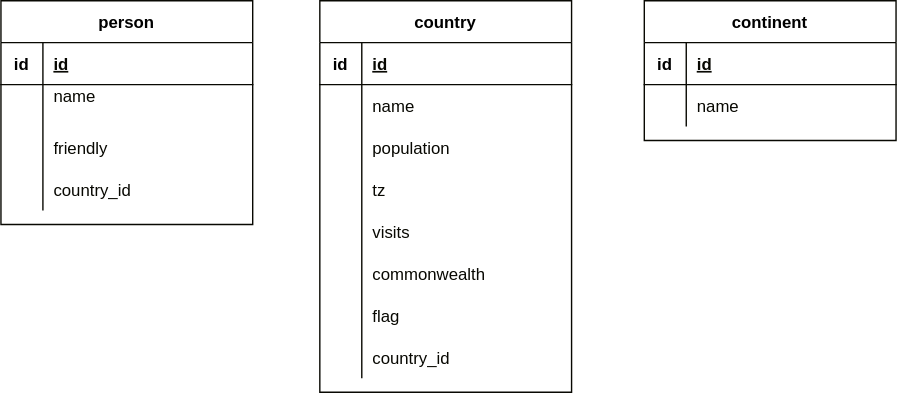
of3jlmssoo/small-app-django-bootstrap-django-tables2- keeps this draw.io diagram as table2.drawio.svg. Above is the earlier version. Source tidied: cells renumbered, new cells last; positions are measured from the earlier drawing's top-left corner, leaving out a move shared by most shapes. The source it was exported from:
```xml
<mxGraphModel background="#ffffff">
  <root>
    <mxCell id="0" />
    <mxCell id="1" parent="0" />
    <mxCell id="2" value="person" style="shape=table;startSize=30;rowLines=0;fontStyle=1;align=center;strokeColor=#080802;" parent="1" vertex="1">
      <mxGeometry width="180" height="160" as="geometry" />
    </mxCell>
    <mxCell id="3" style="shape=partialRectangle;fillColor=none;top=0;left=0;bottom=1;right=0;strokeColor=#080802;" parent="2" vertex="1">
      <mxGeometry y="30" width="180" height="30" as="geometry" />
    </mxCell>
    <mxCell id="4" value="id" style="shape=partialRectangle;fillColor=none;top=0;left=0;bottom=0;right=0;fontStyle=1;overflow=hidden;strokeColor=#080802;" parent="3" vertex="1">
      <mxGeometry width="30" height="30" as="geometry" />
    </mxCell>
    <mxCell id="5" value="id" style="shape=partialRectangle;fillColor=none;top=0;left=0;bottom=0;right=0;align=left;spacingLeft=6;fontStyle=5;overflow=hidden;strokeColor=#080802;fontColor=#080802;" parent="3" vertex="1">
      <mxGeometry x="30" width="150" height="30" as="geometry" />
    </mxCell>
    <mxCell id="6" style="shape=partialRectangle;fillColor=none;top=0;left=0;bottom=0;right=0;strokeColor=#080802;" parent="2" vertex="1">
      <mxGeometry y="60" width="180" height="30" as="geometry" />
    </mxCell>
    <mxCell id="7" style="shape=partialRectangle;fillColor=none;top=0;left=0;bottom=0;right=0;overflow=hidden;strokeColor=#080802;" parent="6" vertex="1">
      <mxGeometry width="30" height="30" as="geometry" />
    </mxCell>
    <mxCell id="8" value="name&#10;" style="shape=partialRectangle;fillColor=none;top=0;left=0;bottom=0;right=0;align=left;spacingLeft=6;overflow=hidden;strokeColor=#080802;fontColor=#080802;" parent="6" vertex="1">
      <mxGeometry x="30" width="150" height="30" as="geometry" />
    </mxCell>
    <mxCell id="9" style="shape=partialRectangle;fillColor=none;top=0;left=0;bottom=0;right=0;strokeColor=#080802;" parent="2" vertex="1">
      <mxGeometry y="90" width="180" height="30" as="geometry" />
    </mxCell>
    <mxCell id="10" style="shape=partialRectangle;fillColor=none;top=0;left=0;bottom=0;right=0;overflow=hidden;strokeColor=#080802;" parent="9" vertex="1">
      <mxGeometry width="30" height="30" as="geometry" />
    </mxCell>
    <mxCell id="11" value="friendly" style="shape=partialRectangle;fillColor=none;top=0;left=0;bottom=0;right=0;align=left;spacingLeft=6;overflow=hidden;strokeColor=#080802;fontColor=#080802;" parent="9" vertex="1">
      <mxGeometry x="30" width="150" height="30" as="geometry" />
    </mxCell>
    <mxCell id="12" style="shape=partialRectangle;fillColor=none;top=0;left=0;bottom=0;right=0;strokeColor=#080802;" parent="2" vertex="1">
      <mxGeometry y="120" width="180" height="30" as="geometry" />
    </mxCell>
    <mxCell id="13" style="shape=partialRectangle;fillColor=none;top=0;left=0;bottom=0;right=0;overflow=hidden;strokeColor=#080802;" parent="12" vertex="1">
      <mxGeometry width="30" height="30" as="geometry" />
    </mxCell>
    <mxCell id="14" value="country_id" style="shape=partialRectangle;fillColor=none;top=0;left=0;bottom=0;right=0;align=left;spacingLeft=6;overflow=hidden;strokeColor=#080802;fontColor=#080802;" parent="12" vertex="1">
      <mxGeometry x="30" width="150" height="30" as="geometry" />
    </mxCell>
    <mxCell id="15" value="country" style="shape=table;startSize=30;rowLines=0;fontStyle=1;align=center;strokeColor=#080802;" parent="1" vertex="1">
      <mxGeometry x="228" width="180" height="280" as="geometry" />
    </mxCell>
    <mxCell id="16" style="shape=partialRectangle;fillColor=none;top=0;left=0;bottom=1;right=0;strokeColor=#080802;" parent="15" vertex="1">
      <mxGeometry y="30" width="180" height="30" as="geometry" />
    </mxCell>
    <mxCell id="17" value="id" style="shape=partialRectangle;fillColor=none;top=0;left=0;bottom=0;right=0;fontStyle=1;overflow=hidden;strokeColor=#080802;" parent="16" vertex="1">
      <mxGeometry width="30" height="30" as="geometry" />
    </mxCell>
    <mxCell id="18" value="id" style="shape=partialRectangle;fillColor=none;top=0;left=0;bottom=0;right=0;align=left;spacingLeft=6;fontStyle=5;overflow=hidden;strokeColor=#080802;fontColor=#080802;" parent="16" vertex="1">
      <mxGeometry x="30" width="150" height="30" as="geometry" />
    </mxCell>
    <mxCell id="19" style="shape=partialRectangle;fillColor=none;top=0;left=0;bottom=0;right=0;strokeColor=#080802;" parent="15" vertex="1">
      <mxGeometry y="60" width="180" height="30" as="geometry" />
    </mxCell>
    <mxCell id="20" style="shape=partialRectangle;fillColor=none;top=0;left=0;bottom=0;right=0;overflow=hidden;strokeColor=#080802;" parent="19" vertex="1">
      <mxGeometry width="30" height="30" as="geometry" />
    </mxCell>
    <mxCell id="21" value="name" style="shape=partialRectangle;fillColor=none;top=0;left=0;bottom=0;right=0;align=left;spacingLeft=6;overflow=hidden;strokeColor=#080802;fontColor=#080802;" parent="19" vertex="1">
      <mxGeometry x="30" width="150" height="30" as="geometry" />
    </mxCell>
    <mxCell id="22" style="shape=partialRectangle;fillColor=none;top=0;left=0;bottom=0;right=0;strokeColor=#080802;" parent="15" vertex="1">
      <mxGeometry y="90" width="180" height="30" as="geometry" />
    </mxCell>
    <mxCell id="23" style="shape=partialRectangle;fillColor=none;top=0;left=0;bottom=0;right=0;overflow=hidden;strokeColor=#080802;" parent="22" vertex="1">
      <mxGeometry width="30" height="30" as="geometry" />
    </mxCell>
    <mxCell id="24" value="population" style="shape=partialRectangle;fillColor=none;top=0;left=0;bottom=0;right=0;align=left;spacingLeft=6;overflow=hidden;strokeColor=#080802;fontColor=#080802;" parent="22" vertex="1">
      <mxGeometry x="30" width="150" height="30" as="geometry" />
    </mxCell>
    <mxCell id="25" style="shape=partialRectangle;fillColor=none;top=0;left=0;bottom=0;right=0;strokeColor=#080802;" parent="15" vertex="1">
      <mxGeometry y="120" width="180" height="30" as="geometry" />
    </mxCell>
    <mxCell id="26" style="shape=partialRectangle;fillColor=none;top=0;left=0;bottom=0;right=0;overflow=hidden;strokeColor=#080802;" parent="25" vertex="1">
      <mxGeometry width="30" height="30" as="geometry" />
    </mxCell>
    <mxCell id="27" value="tz" style="shape=partialRectangle;fillColor=none;top=0;left=0;bottom=0;right=0;align=left;spacingLeft=6;overflow=hidden;strokeColor=#080802;fontColor=#080802;" parent="25" vertex="1">
      <mxGeometry x="30" width="150" height="30" as="geometry" />
    </mxCell>
    <mxCell id="28" style="shape=partialRectangle;fillColor=none;top=0;left=0;bottom=0;right=0;strokeColor=#080802;" parent="15" vertex="1">
      <mxGeometry y="150" width="180" height="30" as="geometry" />
    </mxCell>
    <mxCell id="29" style="shape=partialRectangle;fillColor=none;top=0;left=0;bottom=0;right=0;overflow=hidden;strokeColor=#080802;" parent="28" vertex="1">
      <mxGeometry width="30" height="30" as="geometry" />
    </mxCell>
    <mxCell id="30" value="visits" style="shape=partialRectangle;fillColor=none;top=0;left=0;bottom=0;right=0;align=left;spacingLeft=6;overflow=hidden;strokeColor=#080802;fontColor=#080802;" parent="28" vertex="1">
      <mxGeometry x="30" width="150" height="30" as="geometry" />
    </mxCell>
    <mxCell id="31" style="shape=partialRectangle;fillColor=none;top=0;left=0;bottom=0;right=0;strokeColor=#080802;" parent="15" vertex="1">
      <mxGeometry y="180" width="180" height="30" as="geometry" />
    </mxCell>
    <mxCell id="32" style="shape=partialRectangle;fillColor=none;top=0;left=0;bottom=0;right=0;overflow=hidden;strokeColor=#080802;" parent="31" vertex="1">
      <mxGeometry width="30" height="30" as="geometry" />
    </mxCell>
    <mxCell id="33" value="commonwealth" style="shape=partialRectangle;fillColor=none;top=0;left=0;bottom=0;right=0;align=left;spacingLeft=6;overflow=hidden;strokeColor=#080802;fontColor=#080802;" parent="31" vertex="1">
      <mxGeometry x="30" width="150" height="30" as="geometry" />
    </mxCell>
    <mxCell id="34" style="shape=partialRectangle;fillColor=none;top=0;left=0;bottom=0;right=0;strokeColor=#080802;" parent="15" vertex="1">
      <mxGeometry y="210" width="180" height="30" as="geometry" />
    </mxCell>
    <mxCell id="35" style="shape=partialRectangle;fillColor=none;top=0;left=0;bottom=0;right=0;overflow=hidden;strokeColor=#080802;" parent="34" vertex="1">
      <mxGeometry width="30" height="30" as="geometry" />
    </mxCell>
    <mxCell id="36" value="flag" style="shape=partialRectangle;fillColor=none;top=0;left=0;bottom=0;right=0;align=left;spacingLeft=6;overflow=hidden;strokeColor=#080802;fontColor=#080802;" parent="34" vertex="1">
      <mxGeometry x="30" width="150" height="30" as="geometry" />
    </mxCell>
    <mxCell id="37" style="shape=partialRectangle;fillColor=none;top=0;left=0;bottom=0;right=0;strokeColor=#080802;" parent="15" vertex="1">
      <mxGeometry y="240" width="180" height="30" as="geometry" />
    </mxCell>
    <mxCell id="38" style="shape=partialRectangle;fillColor=none;top=0;left=0;bottom=0;right=0;overflow=hidden;strokeColor=#080802;" parent="37" vertex="1">
      <mxGeometry width="30" height="30" as="geometry" />
    </mxCell>
    <mxCell id="39" value="country_id" style="shape=partialRectangle;fillColor=none;top=0;left=0;bottom=0;right=0;align=left;spacingLeft=6;overflow=hidden;strokeColor=#080802;fontColor=#080802;" parent="37" vertex="1">
      <mxGeometry x="30" width="150" height="30" as="geometry" />
    </mxCell>
    <mxCell id="40" value="continent" style="shape=table;startSize=30;rowLines=0;fontStyle=1;align=center;strokeColor=#080802;" parent="1" vertex="1">
      <mxGeometry x="460" width="180" height="100" as="geometry" />
    </mxCell>
    <mxCell id="41" style="shape=partialRectangle;fillColor=none;top=0;left=0;bottom=1;right=0;strokeColor=#080802;" parent="40" vertex="1">
      <mxGeometry y="30" width="180" height="30" as="geometry" />
    </mxCell>
    <mxCell id="42" value="id" style="shape=partialRectangle;fillColor=none;top=0;left=0;bottom=0;right=0;fontStyle=1;overflow=hidden;strokeColor=#080802;" parent="41" vertex="1">
      <mxGeometry width="30" height="30" as="geometry" />
    </mxCell>
    <mxCell id="43" value="id" style="shape=partialRectangle;fillColor=none;top=0;left=0;bottom=0;right=0;align=left;spacingLeft=6;fontStyle=5;overflow=hidden;strokeColor=#080802;fontColor=#080802;" parent="41" vertex="1">
      <mxGeometry x="30" width="150" height="30" as="geometry" />
    </mxCell>
    <mxCell id="44" style="shape=partialRectangle;fillColor=none;top=0;left=0;bottom=0;right=0;strokeColor=#080802;" parent="40" vertex="1">
      <mxGeometry y="60" width="180" height="30" as="geometry" />
    </mxCell>
    <mxCell id="45" style="shape=partialRectangle;fillColor=none;top=0;left=0;bottom=0;right=0;overflow=hidden;strokeColor=#080802;" parent="44" vertex="1">
      <mxGeometry width="30" height="30" as="geometry" />
    </mxCell>
    <mxCell id="46" value="name" style="shape=partialRectangle;fillColor=none;top=0;left=0;bottom=0;right=0;align=left;spacingLeft=6;overflow=hidden;strokeColor=#080802;fontColor=#080802;" parent="44" vertex="1">
      <mxGeometry x="30" width="150" height="30" as="geometry" />
    </mxCell>
  </root>
</mxGraphModel>
```
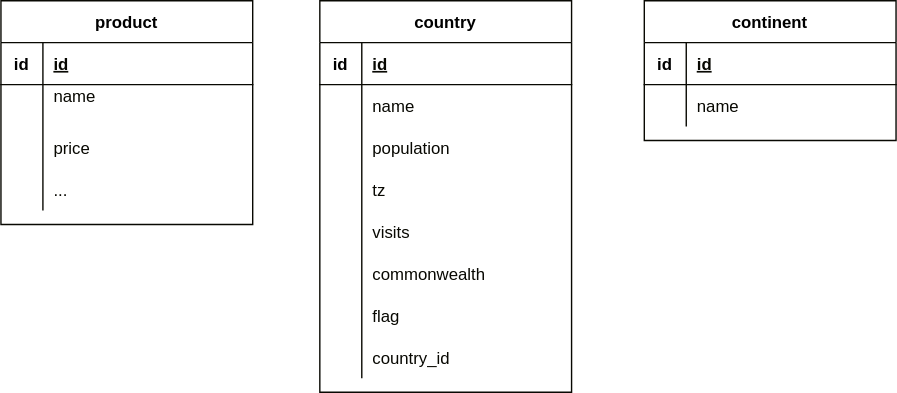
Later version of the same file.

What changed in the source:
```diff
@@ -2,7 +2,7 @@
   <root>
     <mxCell id="0" />
     <mxCell id="1" parent="0" />
-    <mxCell id="2" value="person" style="shape=table;startSize=30;rowLines=0;fontStyle=1;align=center;strokeColor=#080802;" parent="1" vertex="1">
+    <mxCell id="2" value="product" style="shape=table;startSize=30;rowLines=0;fontStyle=1;align=center;strokeColor=#080802;" parent="1" vertex="1">
       <mxGeometry width="180" height="160" as="geometry" />
     </mxCell>
     <mxCell id="3" style="shape=partialRectangle;fillColor=none;top=0;left=0;bottom=1;right=0;strokeColor=#080802;" parent="2" vertex="1">
@@ -29,7 +29,7 @@
     <mxCell id="10" style="shape=partialRectangle;fillColor=none;top=0;left=0;bottom=0;right=0;overflow=hidden;strokeColor=#080802;" parent="9" vertex="1">
       <mxGeometry width="30" height="30" as="geometry" />
     </mxCell>
-    <mxCell id="11" value="friendly" style="shape=partialRectangle;fillColor=none;top=0;left=0;bottom=0;right=0;align=left;spacingLeft=6;overflow=hidden;strokeColor=#080802;fontColor=#080802;" parent="9" vertex="1">
+    <mxCell id="11" value="price" style="shape=partialRectangle;fillColor=none;top=0;left=0;bottom=0;right=0;align=left;spacingLeft=6;overflow=hidden;strokeColor=#080802;fontColor=#080802;" parent="9" vertex="1">
       <mxGeometry x="30" width="150" height="30" as="geometry" />
     </mxCell>
     <mxCell id="12" style="shape=partialRectangle;fillColor=none;top=0;left=0;bottom=0;right=0;strokeColor=#080802;" parent="2" vertex="1">
@@ -38,7 +38,7 @@
     <mxCell id="13" style="shape=partialRectangle;fillColor=none;top=0;left=0;bottom=0;right=0;overflow=hidden;strokeColor=#080802;" parent="12" vertex="1">
       <mxGeometry width="30" height="30" as="geometry" />
     </mxCell>
-    <mxCell id="14" value="country_id" style="shape=partialRectangle;fillColor=none;top=0;left=0;bottom=0;right=0;align=left;spacingLeft=6;overflow=hidden;strokeColor=#080802;fontColor=#080802;" parent="12" vertex="1">
+    <mxCell id="14" value="..." style="shape=partialRectangle;fillColor=none;top=0;left=0;bottom=0;right=0;align=left;spacingLeft=6;overflow=hidden;strokeColor=#080802;fontColor=#080802;" parent="12" vertex="1">
       <mxGeometry x="30" width="150" height="30" as="geometry" />
     </mxCell>
     <mxCell id="15" value="country" style="shape=table;startSize=30;rowLines=0;fontStyle=1;align=center;strokeColor=#080802;" parent="1" vertex="1">
```
